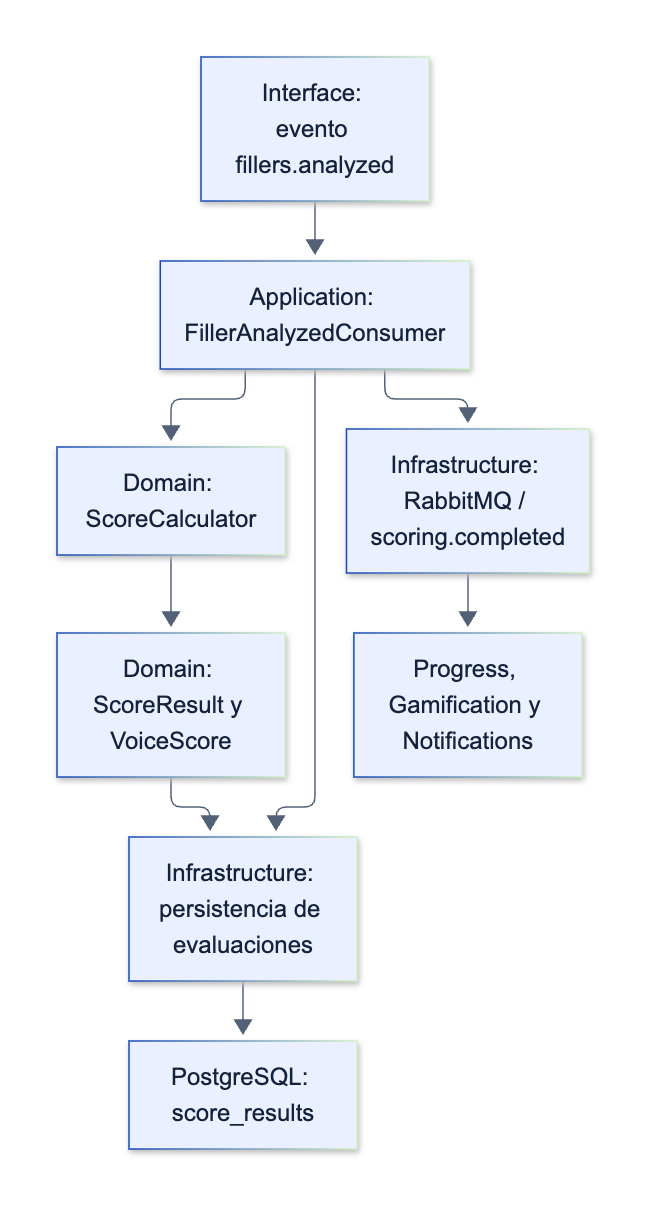
Earlier version of the Mermaid export assets/diagrams/tactical/03-scoring-feedback-components.png (upc-pre-202620-si728-16365-thropic/talki-project-report). Its source is kept beside it as assets/diagrams/tactical/03-scoring-feedback-components.mmd.
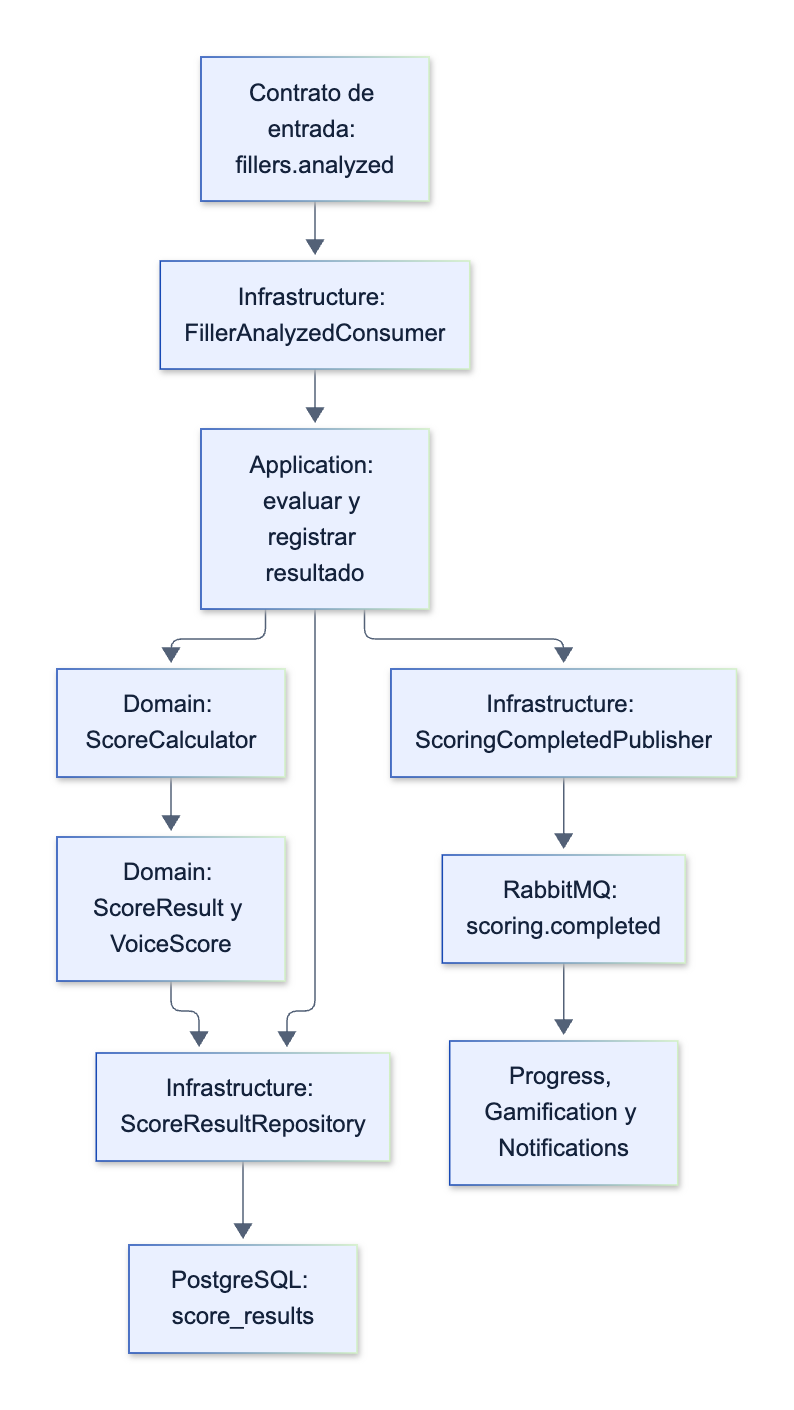
The same diagram one commit later.

Change to the diagram source:
```diff
@@ -1,9 +1,11 @@
 flowchart TB
-  input["Interface: evento fillers.analyzed"] --> app["Application: FillerAnalyzedConsumer"]
+  input["Contrato de entrada: fillers.analyzed"] --> listener["Infrastructure: FillerAnalyzedConsumer"]
+  listener --> app["Application: evaluar y registrar resultado"]
   app --> calculator["Domain: ScoreCalculator"]
   calculator --> score["Domain: ScoreResult y VoiceScore"]
-  app --> repo["Infrastructure: persistencia de evaluaciones"]
+  app --> repo["Infrastructure: ScoreResultRepository"]
   score --> repo
   repo --> db["PostgreSQL: score_results"]
-  app --> broker["Infrastructure: RabbitMQ / scoring.completed"]
+  app --> pub["Infrastructure: ScoringCompletedPublisher"]
+  pub --> broker["RabbitMQ: scoring.completed"]
   broker --> next["Progress, Gamification y Notifications"]
```
